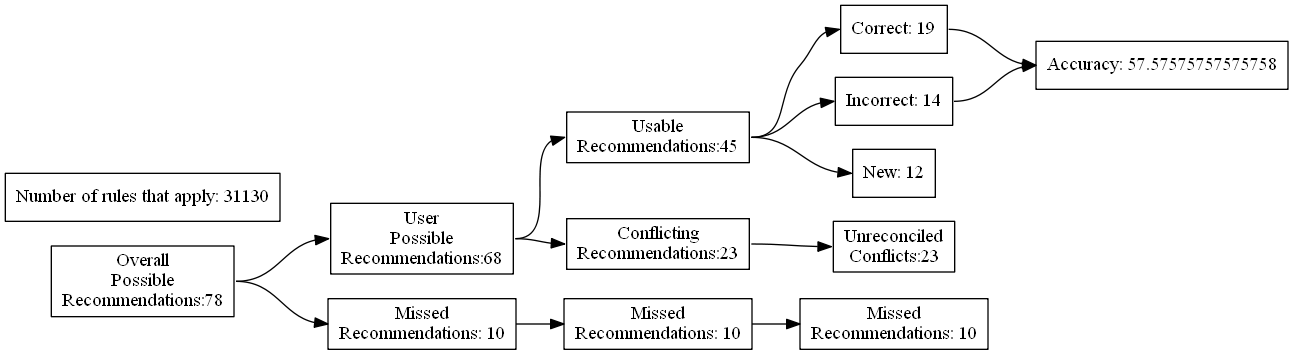
ZaxR/ibd_diet_analysis keeps this Graphviz diagram as test_renders/109.gv.png. Above is the earlier version. Its source is kept beside it as test_renders/109.gv.
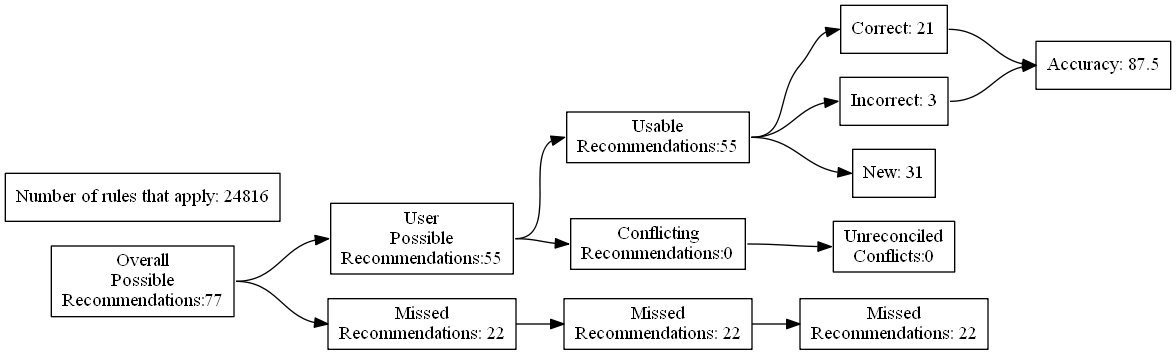
After the change.

Diff of the diagram source:
```diff
@@ -4,27 +4,27 @@
 	edge [headport=w tailport=e]
 		A [label="Overall
 Possible
-Recommendations:78"]
+Recommendations:77"]
 		B [label="User
 Possible
-Recommendations:68"]
+Recommendations:55"]
 		C [label="Missed
-Recommendations: 10"]
+Recommendations: 22"]
 		D [label="Usable
-Recommendations:45"]
+Recommendations:55"]
 		E [label="Conflicting
-Recommendations:23"]
+Recommendations:0"]
 		J [label="Missed
-Recommendations: 10"]
+Recommendations: 22"]
 		M [label="Unreconciled
-Conflicts:23"]
-		F [label="Correct: 19"]
-		G [label="Incorrect: 14"]
-		H [label="New: 12"]
+Conflicts:0"]
+		F [label="Correct: 21"]
+		G [label="Incorrect: 3"]
+		H [label="New: 31"]
 		K [label="Missed
-Recommendations: 10"]
-		I [label="Accuracy: 57.57575757575758"]
-		l [label="Number of rules that apply: 31130"]
+Recommendations: 22"]
+		I [label="Accuracy: 87.5"]
+		l [label="Number of rules that apply: 24816"]
 			A -> B
 			A -> C
 			B -> D
```
